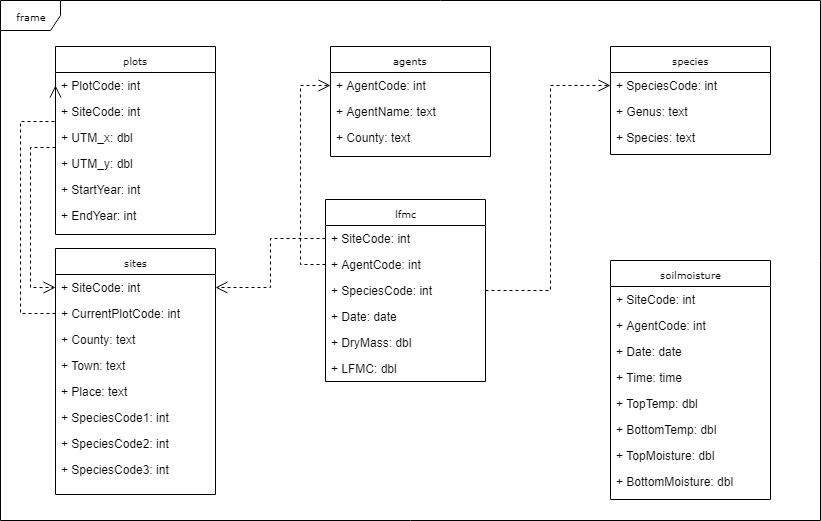
The draw.io diagram LFMC.png in spif-ctfc/LFMC, before a commit. Source tidied: cells renumbered, new cells last; positions are measured from the earlier drawing's top-left corner, leaving out a move shared by most shapes.
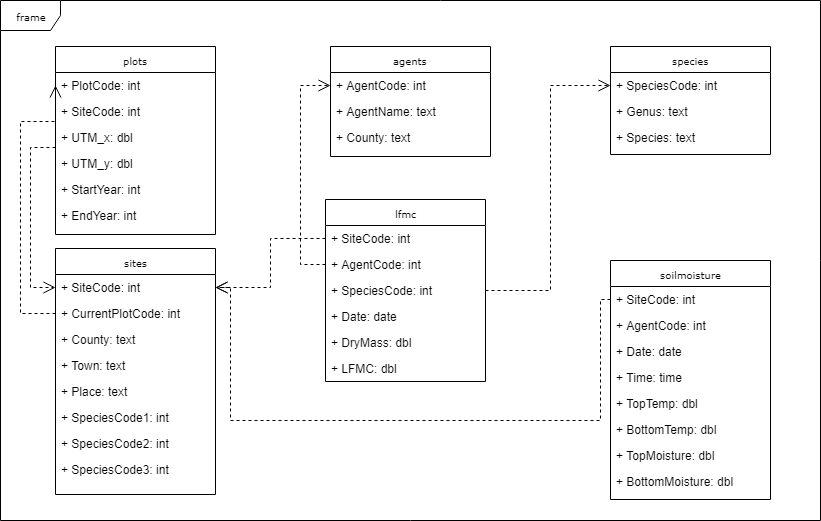
Above is the later version.

Commit message:
LFMC diagram

What changed in the source:
```diff
@@ -160,5 +160,15 @@
     <mxCell id="47" value="+ BottomMoisture: dbl" style="text;html=1;strokeColor=none;fillColor=none;align=left;verticalAlign=top;spacingLeft=4;spacingRight=4;whiteSpace=wrap;overflow=hidden;" parent="39" vertex="1">
       <mxGeometry y="208" width="160" height="26" as="geometry" />
     </mxCell>
+    <mxCell id="48" style="edgeStyle=orthogonalEdgeStyle;rounded=0;html=1;dashed=1;labelBackgroundColor=none;startFill=0;endArrow=open;endFill=0;endSize=10;fontFamily=Verdana;fontSize=10;exitX=0;exitY=0.5;exitDx=0;exitDy=0;entryX=1;entryY=0.5;entryDx=0;entryDy=0;" parent="1" edge="1" source="40" target="16">
+      <mxGeometry relative="1" as="geometry">
+        <Array as="points">
+          <mxPoint x="600" y="299" />
+          <mxPoint x="600" y="420" />
+          <mxPoint x="230" y="420" />
+          <mxPoint x="230" y="287" />
+        </Array>
+      </mxGeometry>
+    </mxCell>
   </root>
 </mxGraphModel>
```
